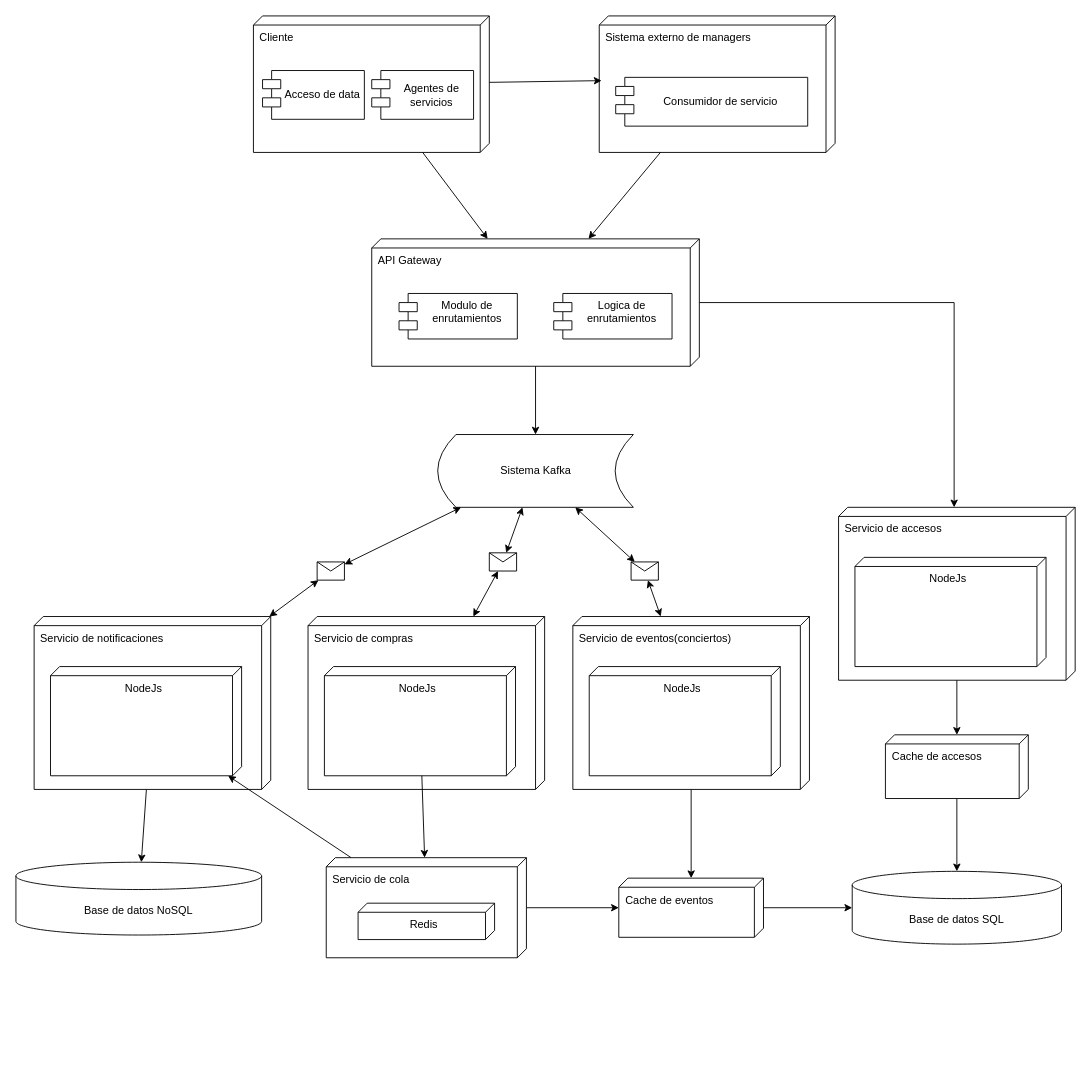
ulima-arqui241/grupo03 keeps this draw.io diagram as page "Arquitectura de microservicios" (2 of 3) of s01-Grupo3-MusicFest/Proyecto/Imagenes/Drawio/Diagramas_iteraciones.drawio. Above is the earlier version. Source tidied: cells renumbered, new cells numbered last; positions are measured from the earlier drawing's top-left corner, leaving out a move shared by most shapes. Both pictures are drawn from the tidied source at 91%, with x=0, y=0 at pixel (15, 15).
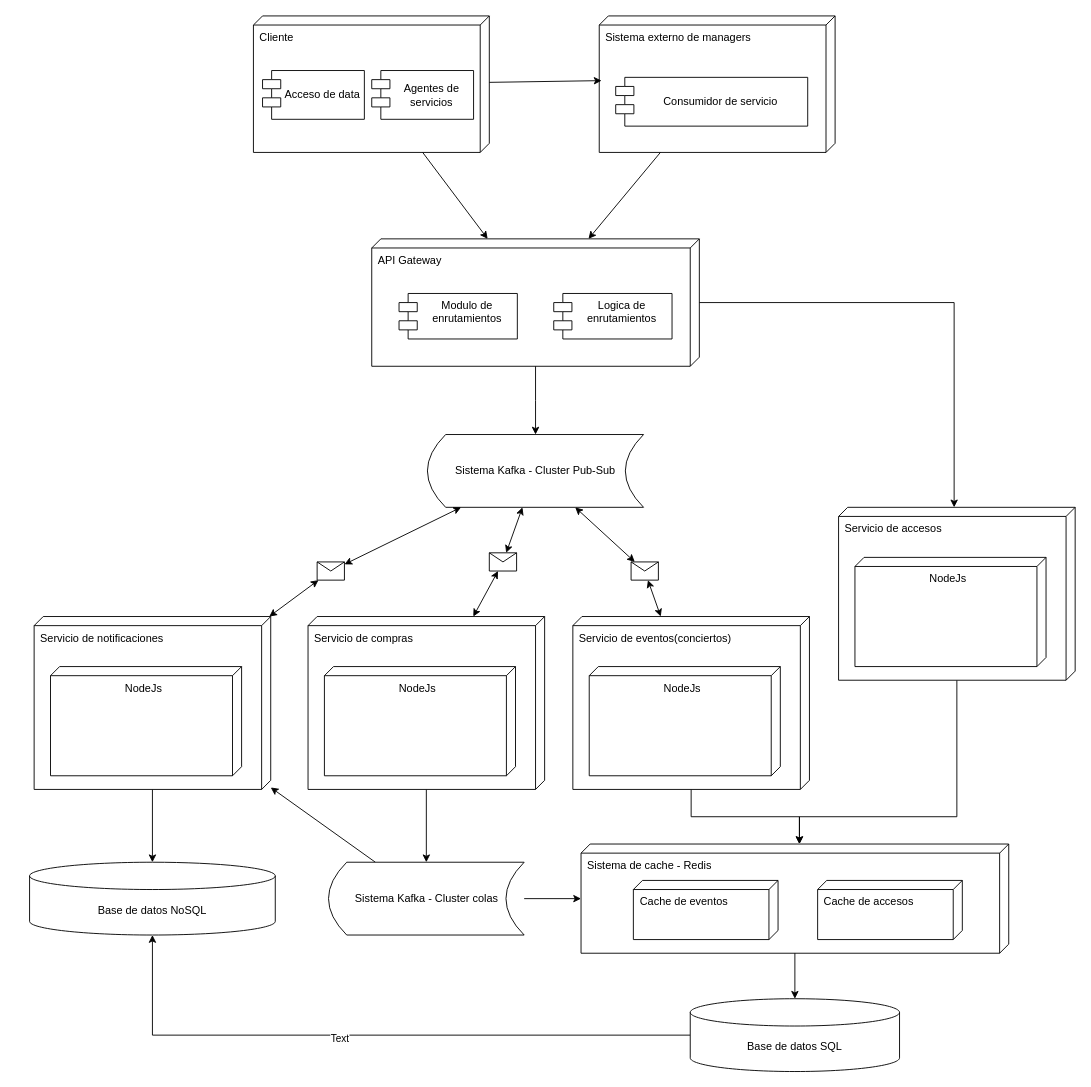
After the change.

The change refers to these unchanged cells:
```xml
<mxCell id="16" value="Servicio de compras" style="verticalAlign=top;align=left;shape=cube;size=10;direction=south;fontStyle=0;html=1;boundedLbl=1;spacingLeft=5;whiteSpace=wrap;" parent="1" vertex="1">
  <mxGeometry x="321" y="660" width="260" height="190" as="geometry" />
</mxCell>
<mxCell id="17" value="NodeJs" style="verticalAlign=top;align=center;shape=cube;size=10;direction=south;html=1;boundedLbl=1;spacingLeft=5;whiteSpace=wrap;" parent="16" vertex="1">
  <mxGeometry width="210" height="120" relative="1" as="geometry">
    <mxPoint x="18" y="55" as="offset" />
  </mxGeometry>
</mxCell>
<mxCell id="19" value="Servicio de eventos(conciertos)" style="verticalAlign=top;align=left;shape=cube;size=10;direction=south;fontStyle=0;html=1;boundedLbl=1;spacingLeft=5;whiteSpace=wrap;" parent="1" vertex="1">
  <mxGeometry x="612" y="660" width="260" height="190" as="geometry" />
</mxCell>
<mxCell id="22" value="Servicio de notificaciones" style="verticalAlign=top;align=left;shape=cube;size=10;direction=south;fontStyle=0;html=1;boundedLbl=1;spacingLeft=5;whiteSpace=wrap;" parent="1" vertex="1">
  <mxGeometry x="20" y="660" width="260" height="190" as="geometry" />
</mxCell>
<mxCell id="23" value="NodeJs" style="verticalAlign=top;align=center;shape=cube;size=10;direction=south;html=1;boundedLbl=1;spacingLeft=5;whiteSpace=wrap;" parent="22" vertex="1">
  <mxGeometry width="210" height="120" relative="1" as="geometry">
    <mxPoint x="18" y="55" as="offset" />
  </mxGeometry>
</mxCell>
<mxCell id="29" value="Servicio de accesos" style="verticalAlign=top;align=left;shape=cube;size=10;direction=south;fontStyle=0;html=1;boundedLbl=1;spacingLeft=5;whiteSpace=wrap;" parent="1" vertex="1">
  <mxGeometry x="904" y="540" width="260" height="190" as="geometry" />
</mxCell>
```

The edit, as a diff of the source:
```diff
@@
+    <mxCell id="50" style="edgeStyle=orthogonalEdgeStyle;rounded=0;jettySize=auto;html=1;" parent="1" edge="1" source="16" target="57">
+      <mxGeometry relative="1" as="geometry" />
+    </mxCell>
@@
-    <mxCell id="18" style="edgeStyle=orthogonalEdgeStyle;rounded=0;jettySize=auto;html=1;" parent="1" edge="1" source="19" target="47">
-      <mxGeometry relative="1" as="geometry" />
-    </mxCell>
+    <mxCell id="51" style="edgeStyle=orthogonalEdgeStyle;rounded=0;jettySize=auto;html=1;" parent="1" edge="1" source="19" target="59">
+      <mxGeometry relative="1" as="geometry">
+        <Array as="points">
+          <mxPoint x="742" y="880" />
+          <mxPoint x="861" y="880" />
+        </Array>
+      </mxGeometry>
+    </mxCell>
@@
-    <mxCell id="27" value="Sistema Kafka" style="shape=dataStorage;whiteSpace=wrap;html=1;fixedSize=1;" parent="1" vertex="1">
-      <mxGeometry x="463.5" y="460" width="215" height="80" as="geometry" />
+    <mxCell id="27" value="Sistema Kafka - Cluster Pub-Sub" style="shape=dataStorage;whiteSpace=wrap;html=1;fixedSize=1;" parent="1" vertex="1">
+      <mxGeometry x="452.2" y="460" width="237.5" height="80" as="geometry" />
     </mxCell>
-    <mxCell id="28" style="rounded=0;jettySize=auto;html=1;" parent="1" edge="1" source="49" target="38">
-      <mxGeometry relative="1" as="geometry" />
-    </mxCell>
+    <mxCell id="52" style="edgeStyle=orthogonalEdgeStyle;rounded=0;jettySize=auto;html=1;" parent="1" edge="1" source="29" target="59">
+      <mxGeometry relative="1" as="geometry">
+        <Array as="points">
+          <mxPoint x="1034" y="880" />
+          <mxPoint x="861" y="880" />
+        </Array>
+      </mxGeometry>
+    </mxCell>
@@
+    <mxCell id="53" style="edgeStyle=orthogonalEdgeStyle;rounded=0;jettySize=auto;html=1;" parent="1" edge="1" source="38" target="40">
+      <mxGeometry relative="1" as="geometry" />
+    </mxCell>
+    <mxCell id="54" value="Text" style="edgeLabel;html=1;align=center;verticalAlign=middle;" parent="53" vertex="1">
+      <mxGeometry x="0.1" y="3" relative="1" as="geometry" />
+    </mxCell>
     <mxCell id="38" value="Base de datos SQL" style="shape=cylinder3;whiteSpace=wrap;html=1;boundedLbl=1;backgroundOutline=1;size=15;" parent="1" vertex="1">
-      <mxGeometry x="919" y="940" width="230" height="80" as="geometry" />
+      <mxGeometry x="741" y="1080" width="230" height="80" as="geometry" />
     </mxCell>
-    <mxCell id="39" style="rounded=0;jettySize=auto;html=1;" parent="1" edge="1" source="17" target="44">
-      <mxGeometry relative="1" as="geometry" />
-    </mxCell>
     <mxCell id="40" value="Base de datos NoSQL" style="shape=cylinder3;whiteSpace=wrap;html=1;boundedLbl=1;backgroundOutline=1;size=15;" parent="1" vertex="1">
-      <mxGeometry y="930" width="270" height="80" as="geometry" />
+      <mxGeometry x="15" y="930" width="270" height="80" as="geometry" />
     </mxCell>
@@
-    <mxCell id="42" style="rounded=0;jettySize=auto;html=1;" parent="1" edge="1" source="44" target="23">
-      <mxGeometry relative="1" as="geometry" />
-    </mxCell>
-    <mxCell id="43" style="edgeStyle=orthogonalEdgeStyle;rounded=0;jettySize=auto;html=1;" parent="1" edge="1" source="44" target="47">
-      <mxGeometry relative="1" as="geometry" />
-    </mxCell>
-    <mxCell id="44" value="Servicio de cola" style="verticalAlign=top;align=left;shape=cube;size=10;direction=south;fontStyle=0;html=1;boundedLbl=1;spacingLeft=5;whiteSpace=wrap;" parent="1" vertex="1">
-      <mxGeometry x="341" y="925" width="220" height="110" as="geometry" />
-    </mxCell>
-    <mxCell id="45" value="Redis" style="verticalAlign=top;align=center;shape=cube;size=10;direction=south;html=1;boundedLbl=1;spacingLeft=5;whiteSpace=wrap;" parent="44" vertex="1">
-      <mxGeometry width="150" height="40" relative="1" as="geometry">
-        <mxPoint x="35" y="50" as="offset" />
-      </mxGeometry>
-    </mxCell>
-    <mxCell id="46" style="edgeStyle=orthogonalEdgeStyle;rounded=0;jettySize=auto;html=1;" parent="1" edge="1" source="47" target="38">
-      <mxGeometry relative="1" as="geometry" />
-    </mxCell>
+    <mxCell id="55" style="rounded=0;jettySize=auto;html=1;" parent="1" edge="1" source="57" target="22">
+      <mxGeometry relative="1" as="geometry" />
+    </mxCell>
+    <mxCell id="56" style="edgeStyle=orthogonalEdgeStyle;rounded=0;jettySize=auto;html=1;" parent="1" edge="1" source="57" target="59">
+      <mxGeometry relative="1" as="geometry" />
+    </mxCell>
+    <mxCell id="57" value="Sistema Kafka - Cluster colas" style="shape=dataStorage;whiteSpace=wrap;html=1;fixedSize=1;" parent="1" vertex="1">
+      <mxGeometry x="343.5" y="930" width="215" height="80" as="geometry" />
+    </mxCell>
+    <mxCell id="58" style="group;" parent="1" vertex="1">
+      <mxGeometry x="621" y="910" width="470" height="120" as="geometry" />
+    </mxCell>
+    <mxCell id="59" value="Sistema de cache - Redis" style="verticalAlign=top;align=left;shape=cube;size=10;direction=south;fontStyle=0;html=1;boundedLbl=1;spacingLeft=5;whiteSpace=wrap;" parent="58" vertex="1">
+      <mxGeometry width="470" height="120" as="geometry" />
+    </mxCell>
-    <mxCell id="47" value="Cache de eventos" style="verticalAlign=top;align=left;shape=cube;size=10;direction=south;fontStyle=0;html=1;boundedLbl=1;spacingLeft=5;whiteSpace=wrap;" parent="1" vertex="1">
-      <mxGeometry x="662.5" y="947.5" width="159" height="65" as="geometry" />
+    <mxCell id="47" value="Cache de eventos" style="verticalAlign=top;align=left;shape=cube;size=10;direction=south;fontStyle=0;html=1;boundedLbl=1;spacingLeft=5;whiteSpace=wrap;" parent="58" vertex="1">
+      <mxGeometry x="57.5" y="40" width="159" height="65" as="geometry" />
     </mxCell>
-    <mxCell id="48" style="rounded=0;jettySize=auto;html=1;" parent="1" edge="1" source="29" target="49">
-      <mxGeometry relative="1" as="geometry" />
-    </mxCell>
-    <mxCell id="49" value="Cache de accesos" style="verticalAlign=top;align=left;shape=cube;size=10;direction=south;fontStyle=0;html=1;boundedLbl=1;spacingLeft=5;whiteSpace=wrap;" parent="1" vertex="1">
-      <mxGeometry x="955.5" y="790" width="157" height="70" as="geometry" />
+    <mxCell id="49" value="Cache de accesos" style="verticalAlign=top;align=left;shape=cube;size=10;direction=south;fontStyle=0;html=1;boundedLbl=1;spacingLeft=5;whiteSpace=wrap;" parent="58" vertex="1">
+      <mxGeometry x="260" y="40" width="159" height="65" as="geometry" />
     </mxCell>
+    <mxCell id="60" style="edgeStyle=orthogonalEdgeStyle;rounded=0;jettySize=auto;html=1;" parent="1" edge="1" source="59" target="38">
+      <mxGeometry relative="1" as="geometry" />
+    </mxCell>
```
